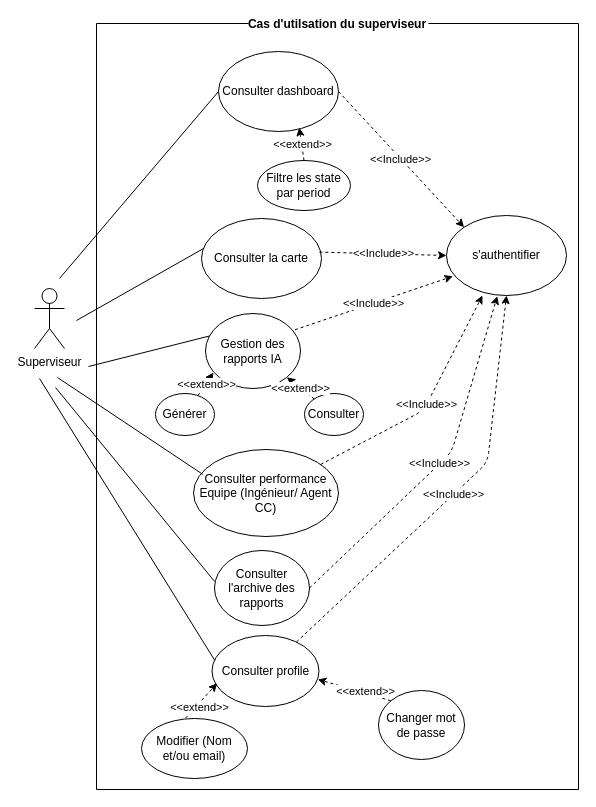
Before: page "Superviseur" (2 of 4) of Conception/USE_CASE.drawio in Belakebi-Amine/djezzy_supervision, a draw.io diagram. Source tidied: cells renumbered, new cells numbered last; positions are measured from the earlier drawing's top-left corner, leaving out a move shared by most shapes. Both pictures are drawn from the tidied source at 100%, with x=0, y=0 at pixel (34, 23).
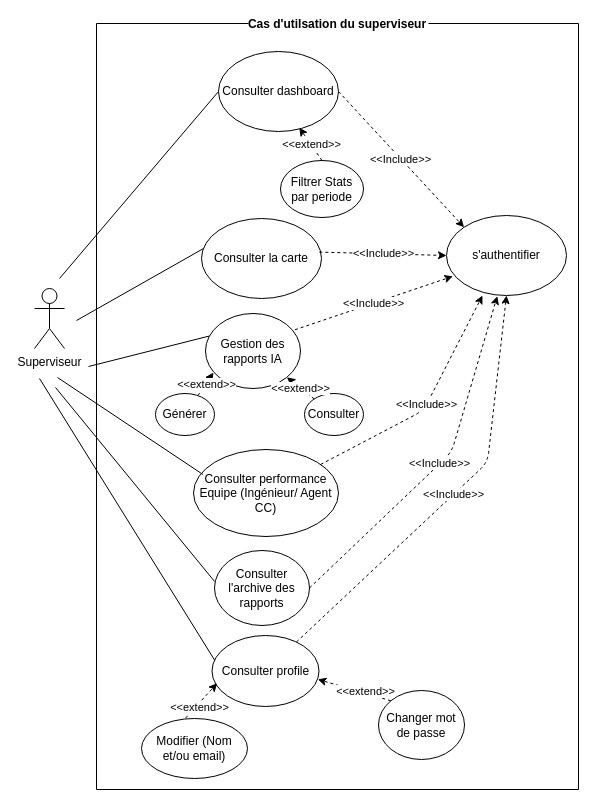
Above is the later version.

Unchanged cells that the change refers to:
```xml
<mxCell id="3" value="Cas d'utilsation du superviseur" style="swimlane;startSize=0;labelBackgroundColor=default;" parent="1" vertex="1">
  <mxGeometry x="62" width="482" height="766" as="geometry" />
</mxCell>
```

Change to the diagram source:
```diff
@@
-    <mxCell id="7" value="Filtre les state par period" style="ellipse;whiteSpace=wrap;html=1;" parent="3" vertex="1">
-      <mxGeometry x="161" y="137" width="93" height="50" as="geometry" />
+    <mxCell id="7" value="Filtrer Stats par periode" style="ellipse;whiteSpace=wrap;html=1;" parent="3" vertex="1">
+      <mxGeometry x="184" y="137" width="83" height="57" as="geometry" />
     </mxCell>
```
